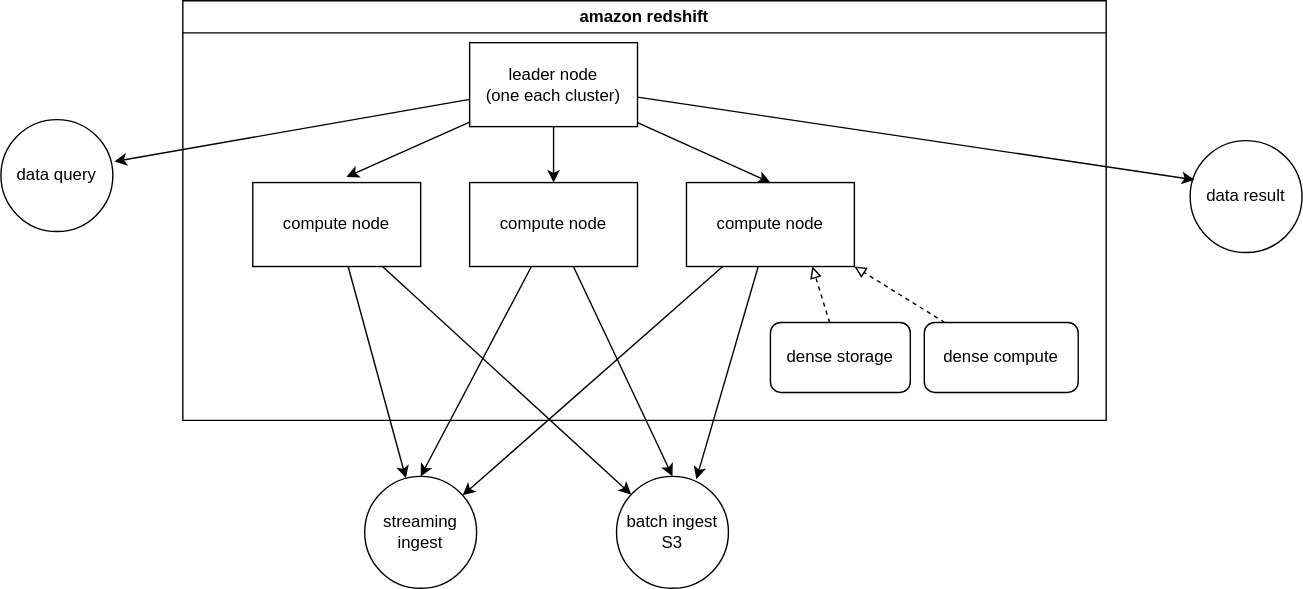
Earlier version of the draw.io export aws/DEA/3.aws-analytic/aws-redshift.drawio.svg (hoangnpdev/engineering-notes). Source tidied: cells renumbered, new cells last; positions are measured from the earlier drawing's top-left corner, leaving out a move shared by most shapes. Source of this version:
```xml
<mxGraphModel background="#ffffff">
  <root>
    <mxCell id="0" />
    <mxCell id="1" parent="0" />
    <mxCell id="2" value="amazon redshift" style="swimlane;whiteSpace=wrap;html=1;" parent="1" vertex="1">
      <mxGeometry x="130" width="660" height="300" as="geometry" />
    </mxCell>
    <mxCell id="3" style="edgeStyle=none;html=1;entryX=0.5;entryY=0;entryDx=0;entryDy=0;" parent="2" edge="1" source="5" target="7">
      <mxGeometry relative="1" as="geometry" />
    </mxCell>
    <mxCell id="4" style="edgeStyle=none;html=1;entryX=0.5;entryY=0;entryDx=0;entryDy=0;" parent="2" edge="1" source="5" target="8">
      <mxGeometry relative="1" as="geometry" />
    </mxCell>
    <mxCell id="5" value="leader node&lt;br&gt;(one each cluster)" style="rounded=0;whiteSpace=wrap;html=1;" parent="2" vertex="1">
      <mxGeometry x="205" y="30" width="120" height="60" as="geometry" />
    </mxCell>
    <mxCell id="6" value="compute node" style="rounded=0;whiteSpace=wrap;html=1;" parent="2" vertex="1">
      <mxGeometry x="50" y="130" width="120" height="60" as="geometry" />
    </mxCell>
    <mxCell id="7" value="compute node" style="rounded=0;whiteSpace=wrap;html=1;" parent="2" vertex="1">
      <mxGeometry x="205" y="130" width="120" height="60" as="geometry" />
    </mxCell>
    <mxCell id="8" value="compute node" style="rounded=0;whiteSpace=wrap;html=1;" parent="2" vertex="1">
      <mxGeometry x="360" y="130" width="120" height="60" as="geometry" />
    </mxCell>
    <mxCell id="9" style="edgeStyle=none;html=1;entryX=0.558;entryY=-0.067;entryDx=0;entryDy=0;entryPerimeter=0;" parent="2" edge="1" source="5" target="6">
      <mxGeometry relative="1" as="geometry" />
    </mxCell>
    <mxCell id="10" value="dense storage" style="rounded=1;whiteSpace=wrap;html=1;" parent="2" vertex="1">
      <mxGeometry x="420" y="230" width="100" height="50" as="geometry" />
    </mxCell>
    <mxCell id="11" style="edgeStyle=none;html=1;entryX=0.75;entryY=1;entryDx=0;entryDy=0;endArrow=block;endFill=0;dashed=1;" parent="2" edge="1" source="10" target="8">
      <mxGeometry relative="1" as="geometry" />
    </mxCell>
    <mxCell id="12" value="dense compute" style="rounded=1;whiteSpace=wrap;html=1;" parent="2" vertex="1">
      <mxGeometry x="530" y="230" width="110" height="50" as="geometry" />
    </mxCell>
    <mxCell id="13" style="edgeStyle=none;html=1;entryX=1;entryY=1;entryDx=0;entryDy=0;endArrow=block;endFill=0;dashed=1;" parent="2" edge="1" source="12" target="8">
      <mxGeometry relative="1" as="geometry" />
    </mxCell>
    <mxCell id="14" value="data query" style="ellipse;whiteSpace=wrap;html=1;" parent="1" vertex="1">
      <mxGeometry y="85" width="80" height="80" as="geometry" />
    </mxCell>
    <mxCell id="15" value="data result" style="ellipse;whiteSpace=wrap;html=1;" parent="1" vertex="1">
      <mxGeometry x="850" y="100" width="80" height="80" as="geometry" />
    </mxCell>
    <mxCell id="16" value="batch ingest S3" style="ellipse;whiteSpace=wrap;html=1;" parent="1" vertex="1">
      <mxGeometry x="440" y="340" width="80" height="80" as="geometry" />
    </mxCell>
    <mxCell id="17" value="streaming ingest" style="ellipse;whiteSpace=wrap;html=1;" parent="1" vertex="1">
      <mxGeometry x="260" y="340" width="80" height="80" as="geometry" />
    </mxCell>
    <mxCell id="18" style="edgeStyle=none;html=1;" parent="1" edge="1" source="6" target="17">
      <mxGeometry relative="1" as="geometry" />
    </mxCell>
    <mxCell id="19" style="edgeStyle=none;html=1;" parent="1" edge="1" source="6" target="16">
      <mxGeometry relative="1" as="geometry" />
    </mxCell>
    <mxCell id="20" style="edgeStyle=none;html=1;entryX=0.5;entryY=0;entryDx=0;entryDy=0;" parent="1" edge="1" source="7" target="17">
      <mxGeometry relative="1" as="geometry" />
    </mxCell>
    <mxCell id="21" style="edgeStyle=none;html=1;entryX=0.5;entryY=0;entryDx=0;entryDy=0;" parent="1" edge="1" source="7" target="16">
      <mxGeometry relative="1" as="geometry" />
    </mxCell>
    <mxCell id="22" style="edgeStyle=none;html=1;entryX=0.713;entryY=0.025;entryDx=0;entryDy=0;entryPerimeter=0;" parent="1" edge="1" source="8" target="16">
      <mxGeometry relative="1" as="geometry" />
    </mxCell>
    <mxCell id="23" style="edgeStyle=none;html=1;" parent="1" edge="1" source="8" target="17">
      <mxGeometry relative="1" as="geometry" />
    </mxCell>
    <mxCell id="24" style="edgeStyle=none;html=1;entryX=1.013;entryY=0.375;entryDx=0;entryDy=0;entryPerimeter=0;" parent="1" edge="1" source="5" target="14">
      <mxGeometry relative="1" as="geometry" />
    </mxCell>
    <mxCell id="25" style="edgeStyle=none;html=1;entryX=0.038;entryY=0.35;entryDx=0;entryDy=0;entryPerimeter=0;" parent="1" edge="1" source="5" target="15">
      <mxGeometry relative="1" as="geometry" />
    </mxCell>
  </root>
</mxGraphModel>
```
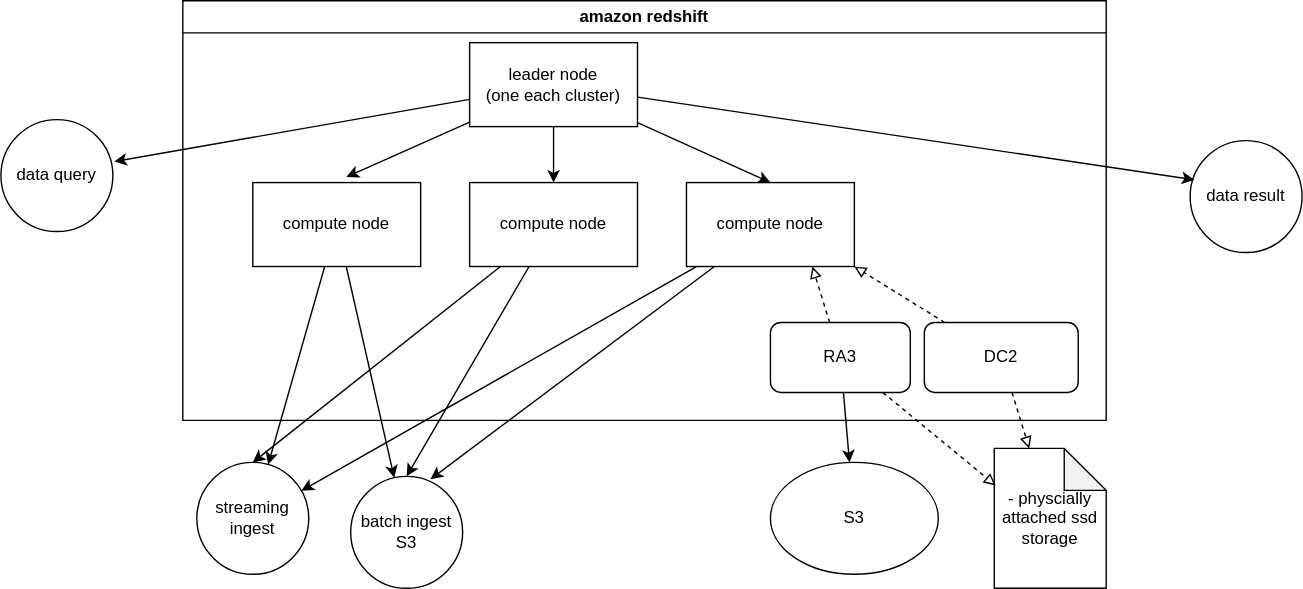
Later version of the same file.

The edit, as a diff of the source:
```diff
@@ -26,13 +26,13 @@
     <mxCell id="9" style="edgeStyle=none;html=1;entryX=0.558;entryY=-0.067;entryDx=0;entryDy=0;entryPerimeter=0;" parent="2" edge="1" source="5" target="6">
       <mxGeometry relative="1" as="geometry" />
     </mxCell>
-    <mxCell id="10" value="dense storage" style="rounded=1;whiteSpace=wrap;html=1;" parent="2" vertex="1">
+    <mxCell id="10" value="RA3" style="rounded=1;whiteSpace=wrap;html=1;" parent="2" vertex="1">
       <mxGeometry x="420" y="230" width="100" height="50" as="geometry" />
     </mxCell>
     <mxCell id="11" style="edgeStyle=none;html=1;entryX=0.75;entryY=1;entryDx=0;entryDy=0;endArrow=block;endFill=0;dashed=1;" parent="2" edge="1" source="10" target="8">
       <mxGeometry relative="1" as="geometry" />
     </mxCell>
-    <mxCell id="12" value="dense compute" style="rounded=1;whiteSpace=wrap;html=1;" parent="2" vertex="1">
+    <mxCell id="12" value="DC2" style="rounded=1;whiteSpace=wrap;html=1;" parent="2" vertex="1">
       <mxGeometry x="530" y="230" width="110" height="50" as="geometry" />
     </mxCell>
     <mxCell id="13" style="edgeStyle=none;html=1;entryX=1;entryY=1;entryDx=0;entryDy=0;endArrow=block;endFill=0;dashed=1;" parent="2" edge="1" source="12" target="8">
@@ -45,10 +45,10 @@
       <mxGeometry x="850" y="100" width="80" height="80" as="geometry" />
     </mxCell>
     <mxCell id="16" value="batch ingest S3" style="ellipse;whiteSpace=wrap;html=1;" parent="1" vertex="1">
-      <mxGeometry x="440" y="340" width="80" height="80" as="geometry" />
+      <mxGeometry x="250" y="340" width="80" height="80" as="geometry" />
     </mxCell>
     <mxCell id="17" value="streaming ingest" style="ellipse;whiteSpace=wrap;html=1;" parent="1" vertex="1">
-      <mxGeometry x="260" y="340" width="80" height="80" as="geometry" />
+      <mxGeometry x="140" y="330" width="80" height="80" as="geometry" />
     </mxCell>
     <mxCell id="18" style="edgeStyle=none;html=1;" parent="1" edge="1" source="6" target="17">
       <mxGeometry relative="1" as="geometry" />
@@ -74,5 +74,20 @@
     <mxCell id="25" style="edgeStyle=none;html=1;entryX=0.038;entryY=0.35;entryDx=0;entryDy=0;entryPerimeter=0;" parent="1" edge="1" source="5" target="15">
       <mxGeometry relative="1" as="geometry" />
     </mxCell>
+    <mxCell id="26" value="- physcially attached ssd storage" style="shape=note;whiteSpace=wrap;html=1;backgroundOutline=1;darkOpacity=0.05;" parent="1" vertex="1">
+      <mxGeometry x="710" y="320" width="80" height="100" as="geometry" />
+    </mxCell>
+    <mxCell id="27" style="edgeStyle=none;html=1;entryX=0.013;entryY=0.265;entryDx=0;entryDy=0;entryPerimeter=0;endArrow=block;endFill=0;dashed=1;" parent="1" edge="1" source="10" target="26">
+      <mxGeometry relative="1" as="geometry" />
+    </mxCell>
+    <mxCell id="28" style="edgeStyle=none;html=1;entryX=0;entryY=0;entryDx=25;entryDy=0;entryPerimeter=0;endArrow=block;endFill=0;dashed=1;" parent="1" edge="1" source="12" target="26">
+      <mxGeometry relative="1" as="geometry" />
+    </mxCell>
+    <mxCell id="29" value="S3" style="ellipse;whiteSpace=wrap;html=1;" parent="1" vertex="1">
+      <mxGeometry x="550" y="330" width="120" height="80" as="geometry" />
+    </mxCell>
+    <mxCell id="30" style="edgeStyle=none;html=1;" parent="1" edge="1" source="10" target="29">
+      <mxGeometry relative="1" as="geometry" />
+    </mxCell>
   </root>
 </mxGraphModel>
```
